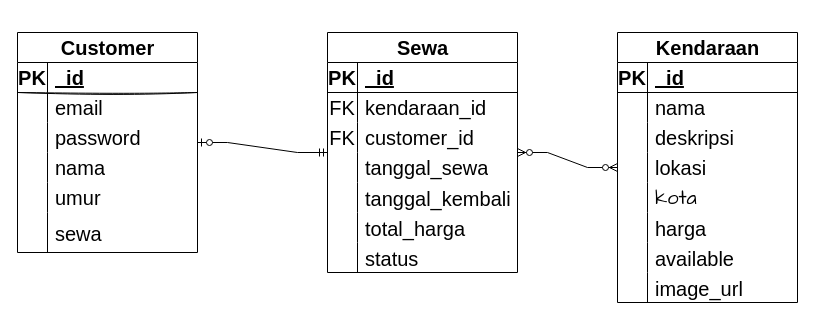
The draw.io diagram page "ERD" (6 of 7) of SewaKendaraan.drawio in jearsevan101/PAW-Kelompok-11, before the edit. Source tidied: cells renumbered, new cells numbered last; positions are measured from the earlier drawing's top-left corner, leaving out a move shared by most shapes. Both pictures are drawn from the tidied source at 100%, with x=0, y=0 at pixel (17, 32).
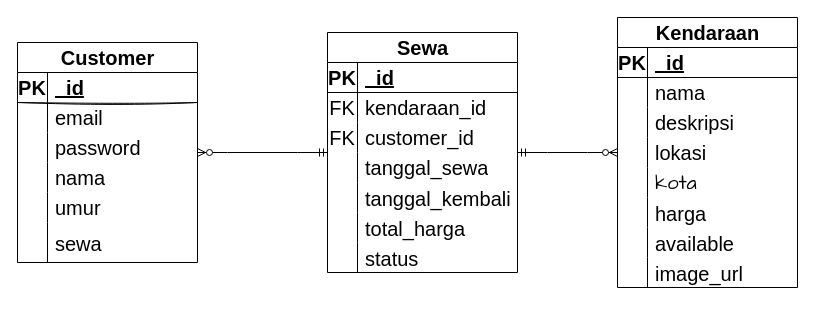
After the change.

Unchanged cells that the change refers to:
```xml
<mxCell id="46" value="Sewa" style="shape=table;startSize=30;childLayout=tableLayout;rowLines=0;fontStyle=1;align=center;html=1;hachureGap=4;fontFamily=Helvetica;fontSize=20;rounded=0;labelBackgroundColor=none;swimlaneLine=1;fillStyle=zigzag-line;" parent="1" vertex="1">
  <mxGeometry x="310" width="190" height="240" as="geometry" />
</mxCell>
```

The edit, as a diff of the source:
```diff
@@
     <mxCell id="2" value="Customer" style="shape=table;startSize=30;childLayout=tableLayout;rowLines=0;fontStyle=1;align=center;html=1;hachureGap=4;fontFamily=Helvetica;fontSize=20;rounded=0;labelBackgroundColor=none;swimlaneLine=1;" parent="1" vertex="1">
-      <mxGeometry width="180" height="220" as="geometry" />
+      <mxGeometry y="10" width="180" height="220" as="geometry" />
     </mxCell>
@@
     <mxCell id="21" value="Kendaraan" style="shape=table;startSize=30;childLayout=tableLayout;rowLines=0;fontStyle=1;align=center;html=1;hachureGap=4;fontFamily=Helvetica;fontSize=20;rounded=0;shadow=0;labelBackgroundColor=none;swimlaneLine=1;" parent="1" vertex="1">
-      <mxGeometry x="600" width="180" height="270" as="geometry" />
+      <mxGeometry x="600" y="-15" width="180" height="270" as="geometry" />
     </mxCell>
@@
-    <mxCell id="68" style="edgeStyle=entityRelationEdgeStyle;fontSize=12;html=1;endArrow=ERzeroToOne;startArrow=ERmandOne;rounded=0;hachureGap=4;fontFamily=Helvetica;labelBackgroundColor=none;fontColor=default;swimlaneLine=1;" parent="1" edge="1" source="46" target="2">
+    <mxCell id="68" style="edgeStyle=entityRelationEdgeStyle;fontSize=12;html=1;endArrow=ERzeroToMany;startArrow=ERmandOne;rounded=0;hachureGap=4;fontFamily=Architects Daughter;" parent="1" edge="1" source="46" target="2">
       <mxGeometry relative="1" as="geometry" />
     </mxCell>
-    <mxCell id="69" style="edgeStyle=entityRelationEdgeStyle;fontSize=12;html=1;endArrow=ERzeroToMany;endFill=1;startArrow=ERzeroToMany;rounded=0;hachureGap=4;fontFamily=Helvetica;swimlaneLine=1;" parent="1" edge="1" source="46" target="21">
+    <mxCell id="69" style="edgeStyle=entityRelationEdgeStyle;fontSize=12;html=1;endArrow=ERzeroToMany;startArrow=ERmandOne;rounded=0;hachureGap=4;fontFamily=Architects Daughter;" parent="1" edge="1" source="46" target="21">
       <mxGeometry relative="1" as="geometry" />
     </mxCell>
```
